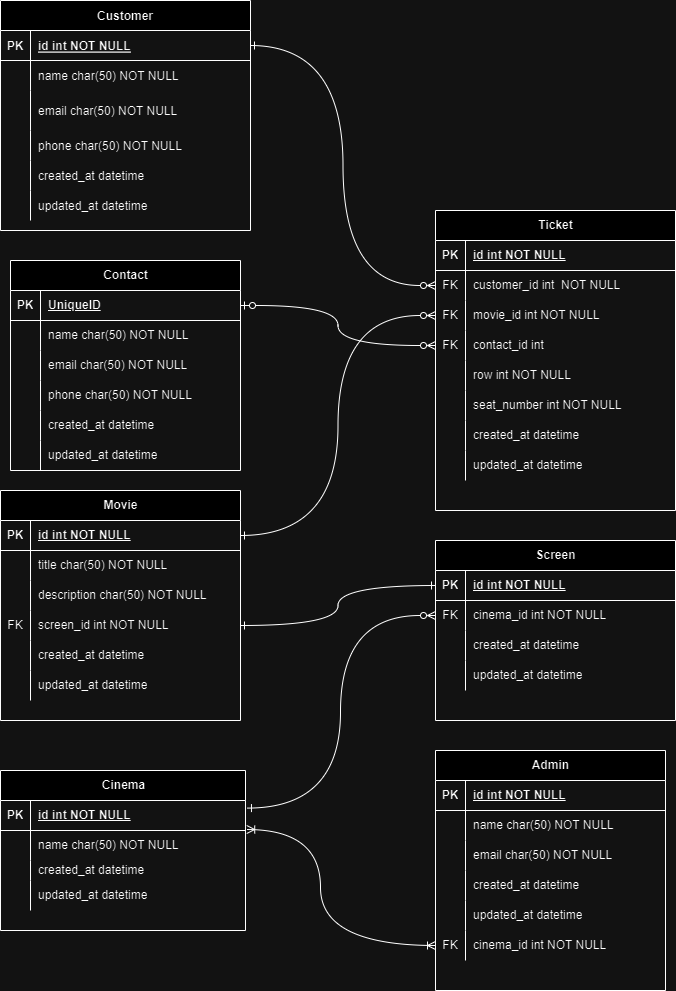
Above: data-modelling-workshop.drawio.png in boolean-uk/database-design (draw.io), before the change. Source tidied: cells renumbered, new cells last; positions are measured from the earlier drawing's top-left corner, leaving out a move shared by most shapes.
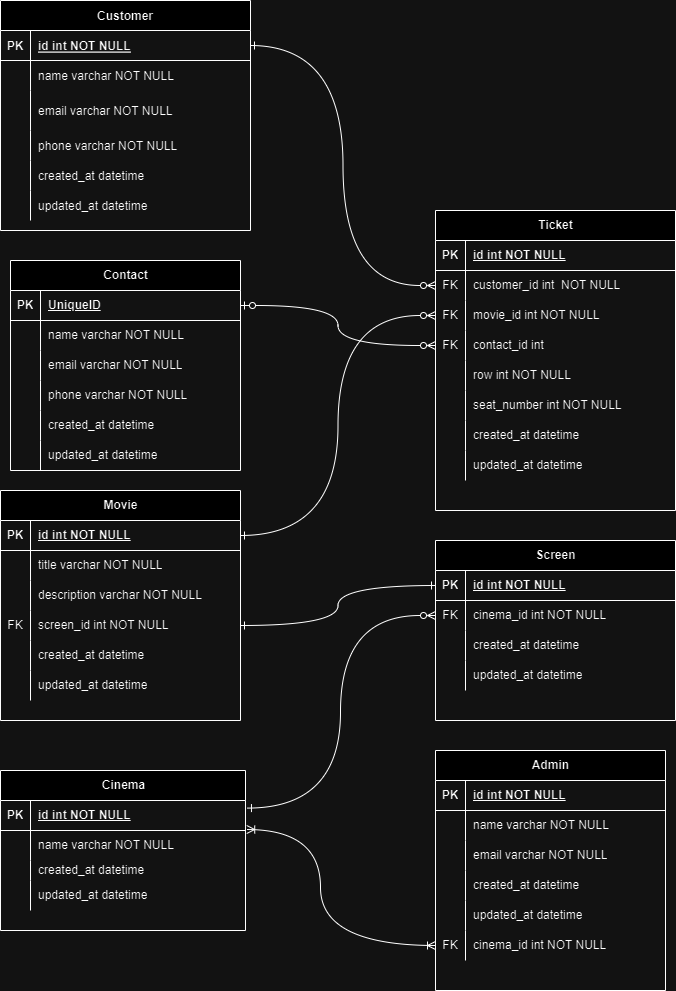
The same diagram one commit later.

Commit message:
Replace char with varchar

What changed in the source:
```diff
@@ -20,7 +20,7 @@
     <mxCell id="7" style="shape=partialRectangle;overflow=hidden;fillColor=none;top=0;left=0;bottom=0;right=0;" parent="6" vertex="1">
       <mxGeometry width="30" height="30" as="geometry" />
     </mxCell>
-    <mxCell id="8" value="name char(50) NOT NULL" style="shape=partialRectangle;overflow=hidden;fillColor=none;top=0;left=0;bottom=0;right=0;align=left;spacingLeft=6;" parent="6" vertex="1">
+    <mxCell id="8" value="name varchar NOT NULL" style="shape=partialRectangle;overflow=hidden;fillColor=none;top=0;left=0;bottom=0;right=0;align=left;spacingLeft=6;" parent="6" vertex="1">
       <mxGeometry x="30" width="220" height="30" as="geometry" />
     </mxCell>
     <mxCell id="9" style="shape=partialRectangle;fillColor=none;top=0;left=0;right=0;bottom=0;" parent="2" vertex="1">
@@ -29,7 +29,7 @@
     <mxCell id="10" style="shape=partialRectangle;overflow=hidden;fillColor=none;top=0;left=0;bottom=0;right=0;" parent="9" vertex="1">
       <mxGeometry width="30" height="40" as="geometry" />
     </mxCell>
-    <mxCell id="11" value="email char(50) NOT NULL" style="shape=partialRectangle;overflow=hidden;fillColor=none;top=0;left=0;bottom=0;right=0;align=left;spacingLeft=6;" parent="9" vertex="1">
+    <mxCell id="11" value="email varchar NOT NULL" style="shape=partialRectangle;overflow=hidden;fillColor=none;top=0;left=0;bottom=0;right=0;align=left;spacingLeft=6;" parent="9" vertex="1">
       <mxGeometry x="30" width="220" height="40" as="geometry" />
     </mxCell>
     <mxCell id="12" style="shape=partialRectangle;fillColor=none;top=0;left=0;right=0;bottom=0;" parent="2" vertex="1">
@@ -38,7 +38,7 @@
     <mxCell id="13" style="shape=partialRectangle;overflow=hidden;fillColor=none;top=0;left=0;bottom=0;right=0;" parent="12" vertex="1">
       <mxGeometry width="30" height="30" as="geometry" />
     </mxCell>
-    <mxCell id="14" value="phone char(50) NOT NULL" style="shape=partialRectangle;overflow=hidden;fillColor=none;top=0;left=0;bottom=0;right=0;align=left;spacingLeft=6;" parent="12" vertex="1">
+    <mxCell id="14" value="phone varchar NOT NULL" style="shape=partialRectangle;overflow=hidden;fillColor=none;top=0;left=0;bottom=0;right=0;align=left;spacingLeft=6;" parent="12" vertex="1">
       <mxGeometry x="30" width="220" height="30" as="geometry" />
     </mxCell>
     <mxCell id="15" style="shape=partialRectangle;fillColor=none;top=0;left=0;right=0;bottom=0;" parent="2" vertex="1">
@@ -155,7 +155,7 @@
     <mxCell id="52" style="shape=partialRectangle;fillColor=none;top=0;left=0;bottom=0;right=0;overflow=hidden;whiteSpace=wrap;html=1;" parent="51" vertex="1">
       <mxGeometry width="30" height="30" as="geometry" />
     </mxCell>
-    <mxCell id="53" value="title char(50) NOT NULL" style="shape=partialRectangle;fillColor=none;top=0;left=0;bottom=0;right=0;align=left;spacingLeft=6;overflow=hidden;whiteSpace=wrap;html=1;" parent="51" vertex="1">
+    <mxCell id="53" value="title varchar NOT NULL" style="shape=partialRectangle;fillColor=none;top=0;left=0;bottom=0;right=0;align=left;spacingLeft=6;overflow=hidden;whiteSpace=wrap;html=1;" parent="51" vertex="1">
       <mxGeometry x="30" width="210" height="30" as="geometry" />
     </mxCell>
     <mxCell id="54" style="shape=tableRow;horizontal=0;startSize=0;swimlaneHead=0;swimlaneBody=0;fillColor=none;top=0;left=0;right=0;bottom=0;" parent="47" vertex="1">
@@ -164,7 +164,7 @@
     <mxCell id="55" style="shape=partialRectangle;fillColor=none;top=0;left=0;bottom=0;right=0;overflow=hidden;whiteSpace=wrap;html=1;" parent="54" vertex="1">
       <mxGeometry width="30" height="30" as="geometry" />
     </mxCell>
-    <mxCell id="56" value="description char(50) NOT NULL" style="shape=partialRectangle;fillColor=none;top=0;left=0;bottom=0;right=0;align=left;spacingLeft=6;overflow=hidden;whiteSpace=wrap;html=1;" parent="54" vertex="1">
+    <mxCell id="56" value="description varchar&amp;nbsp;NOT NULL" style="shape=partialRectangle;fillColor=none;top=0;left=0;bottom=0;right=0;align=left;spacingLeft=6;overflow=hidden;whiteSpace=wrap;html=1;" parent="54" vertex="1">
       <mxGeometry x="30" width="210" height="30" as="geometry" />
     </mxCell>
     <mxCell id="57" style="shape=tableRow;horizontal=0;startSize=0;swimlaneHead=0;swimlaneBody=0;fillColor=none;points=[[0,0.5],[1,0.5]];portConstraint=eastwest;top=0;left=0;right=0;bottom=0;" parent="47" vertex="1">
@@ -212,7 +212,7 @@
     <mxCell id="71" style="shape=partialRectangle;fillColor=none;top=0;left=0;bottom=0;right=0;overflow=hidden;whiteSpace=wrap;html=1;" parent="70" vertex="1">
       <mxGeometry width="30" height="30" as="geometry" />
     </mxCell>
-    <mxCell id="72" value="name char(50) NOT NULL" style="shape=partialRectangle;fillColor=none;top=0;left=0;bottom=0;right=0;align=left;spacingLeft=6;overflow=hidden;whiteSpace=wrap;html=1;" parent="70" vertex="1">
+    <mxCell id="72" value="name varchar NOT NULL" style="shape=partialRectangle;fillColor=none;top=0;left=0;bottom=0;right=0;align=left;spacingLeft=6;overflow=hidden;whiteSpace=wrap;html=1;" parent="70" vertex="1">
       <mxGeometry x="30" width="215" height="30" as="geometry" />
     </mxCell>
     <mxCell id="73" style="shape=tableRow;horizontal=0;startSize=0;swimlaneHead=0;swimlaneBody=0;fillColor=none;points=[[0,0.5],[1,0.5]];portConstraint=eastwest;top=0;left=0;right=0;bottom=0;" parent="66" vertex="1">
@@ -302,7 +302,7 @@
     <mxCell id="101" style="shape=partialRectangle;fillColor=none;top=0;left=0;bottom=0;right=0;overflow=hidden;whiteSpace=wrap;html=1;" parent="100" vertex="1">
       <mxGeometry width="30" height="30" as="geometry" />
     </mxCell>
-    <mxCell id="102" value="name char(50) NOT NULL" style="shape=partialRectangle;fillColor=none;top=0;left=0;bottom=0;right=0;align=left;spacingLeft=6;overflow=hidden;whiteSpace=wrap;html=1;" parent="100" vertex="1">
+    <mxCell id="102" value="name varchar&amp;nbsp;NOT NULL" style="shape=partialRectangle;fillColor=none;top=0;left=0;bottom=0;right=0;align=left;spacingLeft=6;overflow=hidden;whiteSpace=wrap;html=1;" parent="100" vertex="1">
       <mxGeometry x="30" width="200" height="30" as="geometry" />
     </mxCell>
     <mxCell id="103" style="shape=tableRow;horizontal=0;startSize=0;swimlaneHead=0;swimlaneBody=0;fillColor=none;top=0;left=0;right=0;bottom=0;" parent="96" vertex="1">
@@ -311,7 +311,7 @@
     <mxCell id="104" style="shape=partialRectangle;fillColor=none;top=0;left=0;bottom=0;right=0;overflow=hidden;whiteSpace=wrap;html=1;" parent="103" vertex="1">
       <mxGeometry width="30" height="30" as="geometry" />
     </mxCell>
-    <mxCell id="105" value="email char(50) NOT NULL" style="shape=partialRectangle;fillColor=none;top=0;left=0;bottom=0;right=0;align=left;spacingLeft=6;overflow=hidden;whiteSpace=wrap;html=1;" parent="103" vertex="1">
+    <mxCell id="105" value="email varchar&amp;nbsp;NOT NULL" style="shape=partialRectangle;fillColor=none;top=0;left=0;bottom=0;right=0;align=left;spacingLeft=6;overflow=hidden;whiteSpace=wrap;html=1;" parent="103" vertex="1">
       <mxGeometry x="30" width="200" height="30" as="geometry" />
     </mxCell>
     <mxCell id="106" style="shape=tableRow;horizontal=0;startSize=0;swimlaneHead=0;swimlaneBody=0;fillColor=none;top=0;left=0;right=0;bottom=0;" parent="96" vertex="1">
@@ -367,7 +367,7 @@
     <mxCell id="121" style="shape=partialRectangle;fillColor=none;top=0;left=0;bottom=0;right=0;overflow=hidden;whiteSpace=wrap;html=1;" parent="120" vertex="1">
       <mxGeometry width="30" height="30" as="geometry" />
     </mxCell>
-    <mxCell id="122" value="name char(50) NOT NULL" style="shape=partialRectangle;fillColor=none;top=0;left=0;bottom=0;right=0;align=left;spacingLeft=6;overflow=hidden;whiteSpace=wrap;html=1;" parent="120" vertex="1">
+    <mxCell id="122" value="name varchar&amp;nbsp;NOT NULL" style="shape=partialRectangle;fillColor=none;top=0;left=0;bottom=0;right=0;align=left;spacingLeft=6;overflow=hidden;whiteSpace=wrap;html=1;" parent="120" vertex="1">
       <mxGeometry x="30" width="200" height="30" as="geometry" />
     </mxCell>
     <mxCell id="123" style="shape=tableRow;horizontal=0;startSize=0;swimlaneHead=0;swimlaneBody=0;fillColor=none;top=0;left=0;right=0;bottom=0;" parent="116" vertex="1">
@@ -376,7 +376,7 @@
     <mxCell id="124" style="shape=partialRectangle;fillColor=none;top=0;left=0;bottom=0;right=0;overflow=hidden;whiteSpace=wrap;html=1;" parent="123" vertex="1">
       <mxGeometry width="30" height="30" as="geometry" />
     </mxCell>
-    <mxCell id="125" value="email char(50) NOT NULL" style="shape=partialRectangle;fillColor=none;top=0;left=0;bottom=0;right=0;align=left;spacingLeft=6;overflow=hidden;whiteSpace=wrap;html=1;" parent="123" vertex="1">
+    <mxCell id="125" value="email varchar&amp;nbsp;NOT NULL" style="shape=partialRectangle;fillColor=none;top=0;left=0;bottom=0;right=0;align=left;spacingLeft=6;overflow=hidden;whiteSpace=wrap;html=1;" parent="123" vertex="1">
       <mxGeometry x="30" width="200" height="30" as="geometry" />
     </mxCell>
     <mxCell id="126" style="shape=tableRow;horizontal=0;startSize=0;swimlaneHead=0;swimlaneBody=0;fillColor=none;top=0;left=0;right=0;bottom=0;" parent="116" vertex="1">
@@ -385,7 +385,7 @@
     <mxCell id="127" style="shape=partialRectangle;fillColor=none;top=0;left=0;bottom=0;right=0;overflow=hidden;whiteSpace=wrap;html=1;" parent="126" vertex="1">
       <mxGeometry width="30" height="30" as="geometry" />
     </mxCell>
-    <mxCell id="128" value="phone char(50) NOT NULL" style="shape=partialRectangle;fillColor=none;top=0;left=0;bottom=0;right=0;align=left;spacingLeft=6;overflow=hidden;whiteSpace=wrap;html=1;" parent="126" vertex="1">
+    <mxCell id="128" value="phone varchar&amp;nbsp;NOT NULL" style="shape=partialRectangle;fillColor=none;top=0;left=0;bottom=0;right=0;align=left;spacingLeft=6;overflow=hidden;whiteSpace=wrap;html=1;" parent="126" vertex="1">
       <mxGeometry x="30" width="200" height="30" as="geometry" />
     </mxCell>
     <mxCell id="129" style="shape=tableRow;horizontal=0;startSize=0;swimlaneHead=0;swimlaneBody=0;fillColor=none;top=0;left=0;right=0;bottom=0;" parent="116" vertex="1">
```
